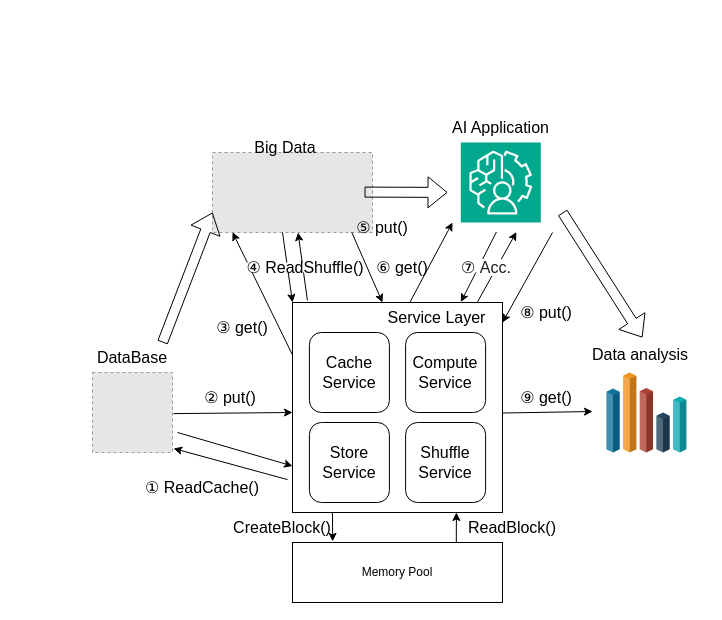
linqinluli/picture_draw keeps this draw.io diagram as 3m_paper/usecase.drawio. Above is the earlier version. Source tidied: cells renumbered, new cells numbered last; positions are measured from the earlier drawing's top-left corner, leaving out a move shared by most shapes. Both pictures are drawn from the tidied source at 100%, with x=0, y=0 at pixel (92, 112). Pictures stored in the file or linked from it are replaced by grey dashed boxes.
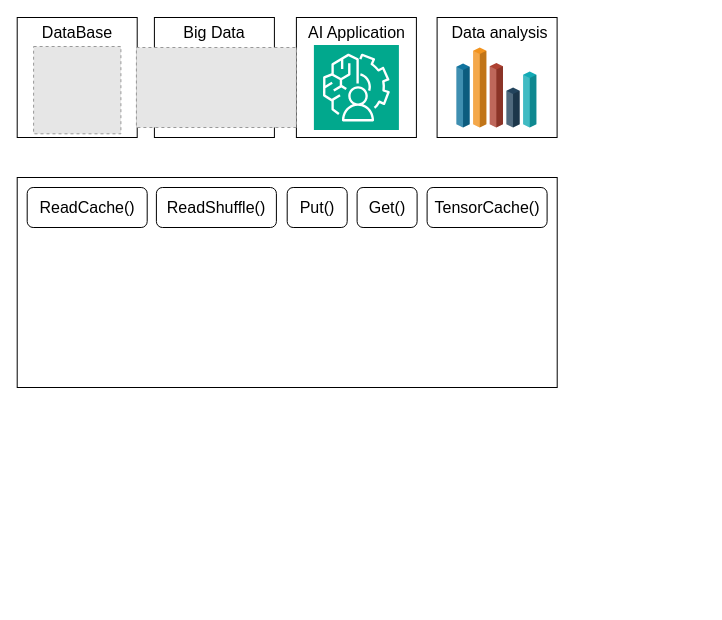
Above is the later version.

The change refers to these unchanged cells:
```xml
<mxCell id="16" style="group;" parent="1" vertex="1">
  <mxGeometry x="483.9" y="230" width="127.8" height="110" as="geometry" />
</mxCell>
```

Diff of the diagram source:
```diff
@@
-    <mxCell id="2" style="group;" parent="1" vertex="1">
-      <mxGeometry x="120" y="30" width="160" height="100" as="geometry" />
-    </mxCell>
-    <mxCell id="3" style="fillColor=#E6E6E6;strokeColor=#999999;dashed=1;verticalLabelPosition=bottom;labelBackgroundColor=default;verticalAlign=top;fontSize=16;" parent="2" vertex="1">
-      <mxGeometry y="10" width="160" height="80" as="geometry" />
-    </mxCell>
-    <mxCell id="4" value="Big Data" style="text;html=1;align=center;verticalAlign=middle;whiteSpace=wrap;rounded=0;fontSize=16;" parent="2" vertex="1">
-      <mxGeometry x="38" y="-10" width="70" height="30" as="geometry" />
-    </mxCell>
-    <mxCell id="5" style="shape=flexArrow;endArrow=classic;html=1;rounded=0;fontSize=16;entryX=0;entryY=0.75;entryDx=0;entryDy=0;exitX=1;exitY=0;exitDx=0;exitDy=0;" parent="1" edge="1" source="12" target="3">
-      <mxGeometry relative="1" as="geometry" />
-    </mxCell>
-    <mxCell id="6" value="② put()" style="text;html=1;align=center;verticalAlign=middle;whiteSpace=wrap;rounded=0;fontSize=16;" parent="1" vertex="1">
-      <mxGeometry x="108" y="270" width="60" height="30" as="geometry" />
-    </mxCell>
-    <mxCell id="7" value="③ get()" style="text;html=1;align=center;verticalAlign=middle;whiteSpace=wrap;rounded=0;fontSize=16;" parent="1" vertex="1">
-      <mxGeometry x="120" y="200" width="60" height="30" as="geometry" />
-    </mxCell>
-    <mxCell id="8" value="⑤ put()" style="text;html=1;align=center;verticalAlign=middle;whiteSpace=wrap;rounded=0;fontSize=16;" parent="1" vertex="1">
-      <mxGeometry x="260" y="100" width="60" height="30" as="geometry" />
-    </mxCell>
-    <mxCell id="9" value="⑥ get()" style="text;html=1;align=center;verticalAlign=middle;whiteSpace=wrap;rounded=0;fontSize=16;" parent="1" vertex="1">
-      <mxGeometry x="280" y="140" width="60" height="30" as="geometry" />
-    </mxCell>
-    <mxCell id="10" style="group;" parent="1" vertex="1">
-      <mxGeometry y="230" width="80" height="110" as="geometry" />
-    </mxCell>
-    <mxCell id="11" style="fillColor=#E6E6E6;strokeColor=#999999;dashed=1;verticalLabelPosition=bottom;labelBackgroundColor=default;verticalAlign=top;fontSize=16;" parent="10" vertex="1">
-      <mxGeometry y="30" width="80" height="80" as="geometry" />
-    </mxCell>
-    <mxCell id="12" value="DataBase" style="text;html=1;align=center;verticalAlign=middle;whiteSpace=wrap;rounded=0;fontSize=16;" parent="10" vertex="1">
-      <mxGeometry x="10" width="60" height="30" as="geometry" />
-    </mxCell>
-    <mxCell id="13" style="group;" parent="1" vertex="1">
-      <mxGeometry x="355" width="106.8" height="110" as="geometry" />
-    </mxCell>
-    <mxCell id="14" style="sketch=0;fontColor=#232F3E;fillColor=#01A88D;strokeColor=#ffffff;dashed=0;verticalLabelPosition=bottom;verticalAlign=top;align=center;html=1;fontSize=16;fontStyle=0;shape=mxgraph.aws4.resourceIcon;resIcon=mxgraph.aws4.augmented_ai;" parent="13" vertex="1">
-      <mxGeometry x="13.3" y="30" width="80" height="80" as="geometry" />
-    </mxCell>
-    <mxCell id="15" value="AI Application" style="text;html=1;align=center;verticalAlign=middle;whiteSpace=wrap;rounded=0;fontSize=16;" parent="13" vertex="1">
-      <mxGeometry width="106.8" height="30" as="geometry" />
-    </mxCell>
+    <mxCell id="55" style="whiteSpace=wrap;html=1;" parent="1" vertex="1">
+      <mxGeometry x="344.6" y="-95" width="120" height="120" as="geometry" />
+    </mxCell>
+    <mxCell id="32" style="rounded=0;whiteSpace=wrap;html=1;" parent="1" vertex="1">
+      <mxGeometry x="-75.3" y="65" width="540" height="210" as="geometry" />
+    </mxCell>
@@
     <mxCell id="17" style="group;" parent="16" vertex="1">
-      <mxGeometry x="30" y="30" width="80" height="80" as="geometry" />
+      <mxGeometry x="-120" y="-295" width="80" height="80" as="geometry" />
     </mxCell>
@@
+    <mxCell id="56" value="ReadShuffle()" style="rounded=1;whiteSpace=wrap;html=1;fontSize=16;" parent="1" vertex="1">
+      <mxGeometry x="63.9" y="75" width="120" height="40" as="geometry" />
+    </mxCell>
+    <mxCell id="57" value="ReadCache()" style="rounded=1;whiteSpace=wrap;html=1;fontSize=16;" parent="1" vertex="1">
+      <mxGeometry x="-65.3" y="75" width="120" height="40" as="geometry" />
+    </mxCell>
+    <mxCell id="58" value="TensorCache()" style="rounded=1;whiteSpace=wrap;html=1;fontSize=16;" parent="1" vertex="1">
+      <mxGeometry x="334.6" y="75" width="120" height="40" as="geometry" />
+    </mxCell>
+    <mxCell id="59" value="Put()" style="rounded=1;whiteSpace=wrap;html=1;fontSize=16;" parent="1" vertex="1">
+      <mxGeometry x="194.7" y="75" width="60" height="40" as="geometry" />
+    </mxCell>
+    <mxCell id="60" value="Get()" style="rounded=1;whiteSpace=wrap;html=1;fontSize=16;" parent="1" vertex="1">
+      <mxGeometry x="264.6" y="75" width="60" height="40" as="geometry" />
+    </mxCell>
+    <mxCell id="61" style="whiteSpace=wrap;html=1;" parent="1" vertex="1">
+      <mxGeometry x="61.9" y="-95" width="120" height="120" as="geometry" />
+    </mxCell>
+    <mxCell id="62" style="whiteSpace=wrap;html=1;" parent="1" vertex="1">
+      <mxGeometry x="203.9" y="-95" width="120" height="120" as="geometry" />
+    </mxCell>
+    <mxCell id="63" style="group;" parent="1" vertex="1">
+      <mxGeometry x="-75.3" y="-95" width="120" height="120" as="geometry" />
+    </mxCell>
+    <mxCell id="64" style="whiteSpace=wrap;html=1;" parent="63" vertex="1">
+      <mxGeometry width="120" height="120" as="geometry" />
+    </mxCell>
+    <mxCell id="65" style="fillColor=#E6E6E6;strokeColor=#999999;dashed=1;verticalLabelPosition=bottom;labelBackgroundColor=default;verticalAlign=top;fontSize=16;" parent="63" vertex="1">
+      <mxGeometry x="16.4" y="29" width="87.3" height="87.3" as="geometry" />
+    </mxCell>
+    <mxCell id="12" value="DataBase" style="text;html=1;align=center;verticalAlign=middle;whiteSpace=wrap;rounded=0;fontSize=16;" parent="63" vertex="1">
+      <mxGeometry x="17.9" width="84.2" height="30" as="geometry" />
+    </mxCell>
+    <mxCell id="66" style="fillColor=#E6E6E6;strokeColor=#999999;dashed=1;verticalLabelPosition=bottom;labelBackgroundColor=default;verticalAlign=top;fontSize=16;" parent="1" vertex="1">
+      <mxGeometry x="43.9" y="-65" width="160" height="80" as="geometry" />
+    </mxCell>
+    <mxCell id="4" value="Big Data" style="text;html=1;align=center;verticalAlign=middle;whiteSpace=wrap;rounded=0;fontSize=16;" parent="1" vertex="1">
+      <mxGeometry x="86.9" y="-95" width="70" height="30" as="geometry" />
+    </mxCell>
+    <mxCell id="14" style="sketch=0;fontColor=#232F3E;fillColor=#01A88D;strokeColor=#ffffff;dashed=0;verticalLabelPosition=bottom;verticalAlign=top;align=center;html=1;fontSize=16;fontStyle=0;shape=mxgraph.aws4.resourceIcon;resIcon=mxgraph.aws4.augmented_ai;" parent="1" vertex="1">
+      <mxGeometry x="221.4" y="-67.5" width="85" height="85" as="geometry" />
+    </mxCell>
+    <mxCell id="15" value="AI Application" style="text;html=1;align=center;verticalAlign=middle;whiteSpace=wrap;rounded=0;fontSize=16;" parent="1" vertex="1">
+      <mxGeometry x="210.5" y="-95" width="106.8" height="30" as="geometry" />
+    </mxCell>
-    <mxCell id="23" value="Data analysis" style="text;html=1;align=center;verticalAlign=middle;whiteSpace=wrap;rounded=0;fontSize=16;" parent="16" vertex="1">
-      <mxGeometry width="127.8" height="24" as="geometry" />
+    <mxCell id="23" value="Data analysis" style="text;html=1;align=center;verticalAlign=middle;whiteSpace=wrap;rounded=0;fontSize=16;" parent="1" vertex="1">
+      <mxGeometry x="354.3" y="-92" width="107" height="24" as="geometry" />
     </mxCell>
-    <mxCell id="24" style="shape=flexArrow;endArrow=classic;html=1;rounded=0;fontSize=16;exitX=1;exitY=0.5;exitDx=0;exitDy=0;" parent="1" edge="1">
-      <mxGeometry relative="1" as="geometry">
-        <mxPoint x="272" y="79.6" as="sourcePoint" />
-        <mxPoint x="355" y="79.9" as="targetPoint" />
-      </mxGeometry>
-    </mxCell>
-    <mxCell id="25" style="shape=flexArrow;endArrow=classic;html=1;rounded=0;fontSize=16;entryX=0.204;entryY=-0.208;entryDx=0;entryDy=0;entryPerimeter=0;" parent="1" edge="1">
-      <mxGeometry relative="1" as="geometry">
-        <mxPoint x="470" y="100" as="sourcePoint" />
-        <mxPoint x="549.9" y="225" as="targetPoint" />
-      </mxGeometry>
-    </mxCell>
-    <mxCell id="26" style="endArrow=classic;html=1;rounded=0;entryX=0;entryY=0.75;entryDx=0;entryDy=0;exitX=1.063;exitY=0.675;exitDx=0;exitDy=0;exitPerimeter=0;" parent="1" edge="1">
-      <mxGeometry relative="1" as="geometry">
-        <mxPoint x="85" y="320" as="sourcePoint" />
-        <mxPoint x="200" y="353.5" as="targetPoint" />
-      </mxGeometry>
-    </mxCell>
-    <mxCell id="27" style="endArrow=classic;html=1;rounded=0;entryX=-0.005;entryY=0.614;entryDx=0;entryDy=0;entryPerimeter=0;" parent="1" edge="1">
-      <mxGeometry relative="1" as="geometry">
-        <mxPoint x="81" y="301.1" as="sourcePoint" />
-        <mxPoint x="200" y="300" as="targetPoint" />
-      </mxGeometry>
-    </mxCell>
-    <mxCell id="28" style="endArrow=classic;html=1;rounded=0;exitX=-0.029;exitY=0.648;exitDx=0;exitDy=0;exitPerimeter=0;" parent="1" edge="1">
-      <mxGeometry relative="1" as="geometry">
-        <mxPoint x="195" y="367.1" as="sourcePoint" />
-        <mxPoint x="81.1" y="336" as="targetPoint" />
-      </mxGeometry>
-    </mxCell>
-    <mxCell id="29" value="① ReadCache()" style="text;html=1;align=center;verticalAlign=middle;whiteSpace=wrap;rounded=0;fontSize=16;fillColor=default;" parent="1" vertex="1">
-      <mxGeometry x="45" y="370" width="130" height="10" as="geometry" />
-    </mxCell>
-    <mxCell id="30" style="endArrow=classic;html=1;rounded=0;entryX=0.125;entryY=0.997;entryDx=0;entryDy=0;entryPerimeter=0;exitX=0;exitY=0.25;exitDx=0;exitDy=0;" parent="1" edge="1" source="32" target="3">
-      <mxGeometry relative="1" as="geometry" />
-    </mxCell>
-    <mxCell id="31" style="group;" parent="1" vertex="1">
-      <mxGeometry x="200" y="190" width="210" height="210" as="geometry" />
-    </mxCell>
-    <mxCell id="32" style="rounded=0;whiteSpace=wrap;html=1;" parent="31" vertex="1">
-      <mxGeometry width="210" height="210" as="geometry" />
-    </mxCell>
-    <mxCell id="33" value="&lt;font style=&quot;font-size: 16px;&quot;&gt;Store&lt;/font&gt;&lt;div style=&quot;font-size: 16px;&quot;&gt;&lt;font style=&quot;font-size: 16px;&quot;&gt;Service&lt;/font&gt;&lt;/div&gt;" style="rounded=1;whiteSpace=wrap;html=1;" parent="31" vertex="1">
-      <mxGeometry x="16.9" y="120" width="80" height="80" as="geometry" />
-    </mxCell>
-    <mxCell id="34" value="&lt;span style=&quot;font-size: 16px;&quot;&gt;Cache&lt;/span&gt;&lt;div style=&quot;font-size: 16px;&quot;&gt;Service&lt;/div&gt;" style="rounded=1;whiteSpace=wrap;html=1;" parent="31" vertex="1">
-      <mxGeometry x="16.9" y="30" width="80" height="80" as="geometry" />
-    </mxCell>
-    <mxCell id="35" value="&lt;span style=&quot;font-size: 16px;&quot;&gt;Shuffle&lt;/span&gt;&lt;div style=&quot;font-size: 16px;&quot;&gt;Service&lt;/div&gt;" style="rounded=1;whiteSpace=wrap;html=1;" parent="31" vertex="1">
-      <mxGeometry x="113.1" y="120" width="80" height="80" as="geometry" />
-    </mxCell>
-    <mxCell id="36" value="&lt;span style=&quot;font-size: 16px;&quot;&gt;Compute Service&lt;/span&gt;" style="rounded=1;whiteSpace=wrap;html=1;" parent="31" vertex="1">
-      <mxGeometry x="113.1" y="30" width="80" height="80" as="geometry" />
-    </mxCell>
-    <mxCell id="37" value="Service Layer" style="text;html=1;align=center;verticalAlign=middle;whiteSpace=wrap;rounded=0;fontSize=16;" parent="31" vertex="1">
-      <mxGeometry x="90" width="109.1" height="30" as="geometry" />
-    </mxCell>
-    <mxCell id="38" style="endArrow=classic;html=1;rounded=0;entryX=0;entryY=0;entryDx=0;entryDy=0;" parent="1" edge="1" target="32">
-      <mxGeometry relative="1" as="geometry">
-        <mxPoint x="190" y="120" as="sourcePoint" />
-      </mxGeometry>
-    </mxCell>
-    <mxCell id="39" style="endArrow=classic;html=1;rounded=0;exitX=0.071;exitY=-0.01;exitDx=0;exitDy=0;exitPerimeter=0;" parent="1" edge="1" source="32" target="3">
-      <mxGeometry relative="1" as="geometry" />
-    </mxCell>
-    <mxCell id="40" value="④ ReadShuffle()" style="text;html=1;align=center;verticalAlign=middle;whiteSpace=wrap;rounded=0;fontSize=16;fillColor=default;rotation=0;" parent="1" vertex="1">
-      <mxGeometry x="146" y="150" width="134" height="10" as="geometry" />
-    </mxCell>
-    <mxCell id="41" style="endArrow=classic;html=1;rounded=0;entryX=0;entryY=0;entryDx=0;entryDy=0;exitX=0.87;exitY=0.996;exitDx=0;exitDy=0;exitPerimeter=0;" parent="1" edge="1" source="3" target="37">
-      <mxGeometry relative="1" as="geometry" />
-    </mxCell>
-    <mxCell id="42" style="endArrow=classic;html=1;rounded=0;exitX=0.25;exitY=0;exitDx=0;exitDy=0;" parent="1" edge="1" source="37">
-      <mxGeometry relative="1" as="geometry">
-        <mxPoint x="360" y="110" as="targetPoint" />
-      </mxGeometry>
-    </mxCell>
-    <mxCell id="43" style="endArrow=classic;html=1;rounded=0;entryX=0.5;entryY=0;entryDx=0;entryDy=0;" parent="1" edge="1">
-      <mxGeometry relative="1" as="geometry">
-        <mxPoint x="403.9" y="119.5" as="sourcePoint" />
-        <mxPoint x="368.4" y="189.5" as="targetPoint" />
-      </mxGeometry>
-    </mxCell>
-    <mxCell id="44" style="endArrow=classic;html=1;rounded=0;exitX=0.649;exitY=0.017;exitDx=0;exitDy=0;exitPerimeter=0;" parent="1" edge="1">
-      <mxGeometry relative="1" as="geometry">
-        <mxPoint x="384.7" y="190" as="sourcePoint" />
-        <mxPoint x="423.9" y="119.5" as="targetPoint" />
-      </mxGeometry>
-    </mxCell>
-    <mxCell id="45" style="endArrow=classic;html=1;rounded=0;" parent="1" edge="1">
-      <mxGeometry relative="1" as="geometry">
-        <mxPoint x="460" y="120" as="sourcePoint" />
-        <mxPoint x="410" y="210" as="targetPoint" />
-      </mxGeometry>
-    </mxCell>
-    <mxCell id="46" value="⑧ put()" style="text;html=1;align=center;verticalAlign=middle;whiteSpace=wrap;rounded=0;fontSize=16;" parent="1" vertex="1">
-      <mxGeometry x="423.9" y="185" width="60" height="30" as="geometry" />
-    </mxCell>
-    <mxCell id="47" value="⑨ get()" style="text;html=1;align=center;verticalAlign=middle;whiteSpace=wrap;rounded=0;fontSize=16;" parent="1" vertex="1">
-      <mxGeometry x="423.9" y="270" width="60" height="30" as="geometry" />
-    </mxCell>
-    <mxCell id="48" value="Memory Pool" style="rounded=0;whiteSpace=wrap;html=1;" parent="1" vertex="1">
-      <mxGeometry x="200" y="430" width="210" height="60" as="geometry" />
-    </mxCell>
-    <mxCell id="49" value="&lt;font style=&quot;font-size: 16px;&quot;&gt;⑦&amp;nbsp;&lt;span style=&quot;color: rgb(31, 31, 31); font-family: &amp;quot;Google Sans&amp;quot;, arial, sans-serif; text-align: left; background-color: rgb(255, 255, 255);&quot;&gt;Acc.&lt;/span&gt;&lt;/font&gt;" style="text;html=1;align=center;verticalAlign=middle;whiteSpace=wrap;rounded=0;fontSize=16;fillColor=default;rotation=0;" parent="1" vertex="1">
-      <mxGeometry x="363.9" y="150" width="60" height="10" as="geometry" />
-    </mxCell>
-    <mxCell id="50" style="endArrow=classic;html=1;rounded=0;entryX=0.191;entryY=-0.019;entryDx=0;entryDy=0;entryPerimeter=0;" parent="1" edge="1" target="48">
-      <mxGeometry relative="1" as="geometry">
-        <mxPoint x="240" y="400" as="sourcePoint" />
-      </mxGeometry>
-    </mxCell>
-    <mxCell id="51" style="endArrow=classic;html=1;rounded=0;exitX=0.78;exitY=-0.004;exitDx=0;exitDy=0;entryX=0.75;entryY=1;entryDx=0;entryDy=0;exitPerimeter=0;" parent="1" edge="1" source="48">
-      <mxGeometry relative="1" as="geometry">
-        <mxPoint x="363.9" y="400" as="targetPoint" />
-      </mxGeometry>
-    </mxCell>
-    <mxCell id="52" value="CreateBlock()" style="text;html=1;align=center;verticalAlign=middle;whiteSpace=wrap;rounded=0;fontSize=16;" parent="1" vertex="1">
-      <mxGeometry x="160" y="400" width="60" height="30" as="geometry" />
-    </mxCell>
-    <mxCell id="53" value="ReadBlock()" style="text;html=1;align=center;verticalAlign=middle;whiteSpace=wrap;rounded=0;fontSize=16;" parent="1" vertex="1">
-      <mxGeometry x="390" y="400" width="60" height="30" as="geometry" />
-    </mxCell>
-    <mxCell id="54" style="endArrow=classic;html=1;rounded=0;exitX=1.004;exitY=0.486;exitDx=0;exitDy=0;exitPerimeter=0;" parent="1" edge="1">
-      <mxGeometry relative="1" as="geometry">
-        <mxPoint x="410" y="300.5" as="sourcePoint" />
-        <mxPoint x="500" y="299" as="targetPoint" />
-      </mxGeometry>
-    </mxCell>
```
